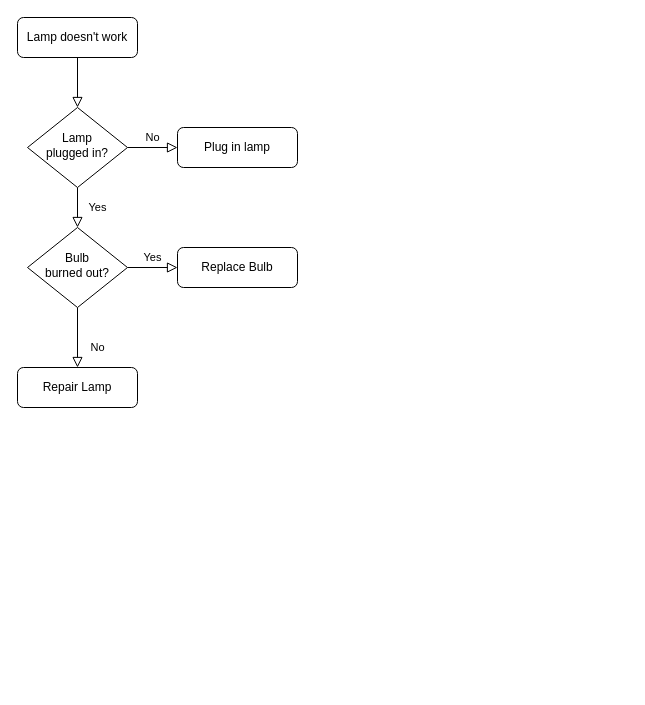
Before: 文档上传流程.drawio in Magicen0722/draw, a draw.io diagram. Source tidied: cells renumbered, new cells numbered last; positions are measured from the earlier drawing's top-left corner, leaving out a move shared by most shapes. Both pictures are drawn from the tidied source at 100%, with x=0, y=0 at pixel (17, 17).
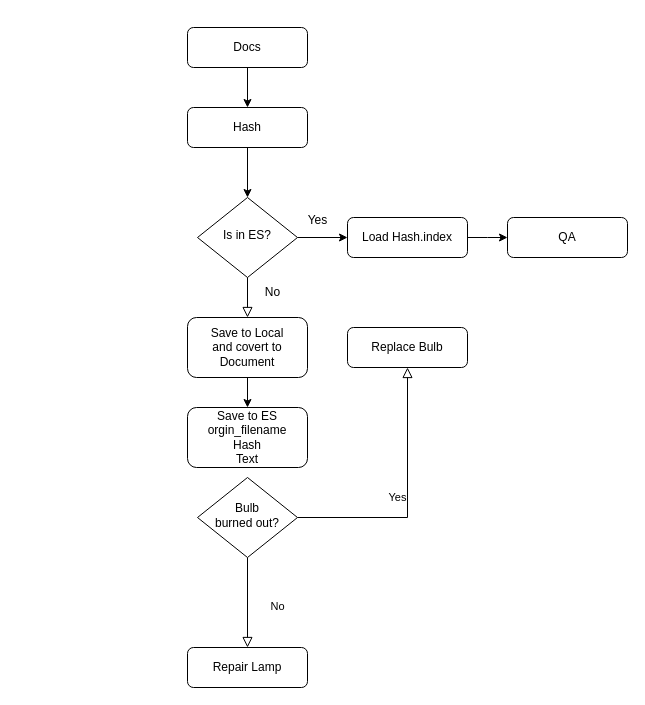
After the change.

Commit message:
更新文档上传流程.drawio

The edit, as a diff of the source:
```diff
@@
-    <mxCell id="2" style="rounded=0;html=1;jettySize=auto;fontSize=11;endArrow=block;endFill=0;endSize=8;strokeWidth=1;shadow=0;labelBackgroundColor=none;edgeStyle=orthogonalEdgeStyle;" parent="1" edge="1" source="3" target="6">
-      <mxGeometry relative="1" as="geometry" />
-    </mxCell>
+    <mxCell id="13" style="edgeStyle=orthogonalEdgeStyle;rounded=0;jettySize=auto;html=1;exitX=0.5;exitY=1;exitDx=0;exitDy=0;entryX=0.5;entryY=0;entryDx=0;entryDy=0;" parent="1" edge="1" source="3" target="17">
+      <mxGeometry relative="1" as="geometry" />
+    </mxCell>
-    <mxCell id="3" value="Lamp doesn't work" style="rounded=1;whiteSpace=wrap;html=1;fontSize=12;glass=0;strokeWidth=1;shadow=0;" parent="1" vertex="1">
-      <mxGeometry width="120" height="40" as="geometry" />
+    <mxCell id="3" value="Docs" style="rounded=1;whiteSpace=wrap;html=1;fontSize=12;glass=0;strokeWidth=1;shadow=0;" parent="1" vertex="1">
+      <mxGeometry x="170" y="10" width="120" height="40" as="geometry" />
     </mxCell>
-    <mxCell id="4" value="Yes" style="rounded=0;html=1;jettySize=auto;fontSize=11;endArrow=block;endFill=0;endSize=8;strokeWidth=1;shadow=0;labelBackgroundColor=none;edgeStyle=orthogonalEdgeStyle;" parent="1" edge="1" source="6" target="10">
-      <mxGeometry y="20" relative="1" as="geometry" />
-    </mxCell>
-    <mxCell id="5" value="No" style="edgeStyle=orthogonalEdgeStyle;rounded=0;html=1;jettySize=auto;fontSize=11;endArrow=block;endFill=0;endSize=8;strokeWidth=1;shadow=0;labelBackgroundColor=none;" parent="1" edge="1" source="6" target="7">
-      <mxGeometry y="10" relative="1" as="geometry" />
-    </mxCell>
+    <mxCell id="14" style="edgeStyle=orthogonalEdgeStyle;rounded=0;jettySize=auto;html=1;exitX=1;exitY=0.5;exitDx=0;exitDy=0;entryX=0;entryY=0.5;entryDx=0;entryDy=0;" parent="1" edge="1" source="6" target="7">
+      <mxGeometry relative="1" as="geometry" />
+    </mxCell>
-    <mxCell id="6" value="Lamp&lt;br&gt;plugged in?" style="rhombus;whiteSpace=wrap;html=1;shadow=0;fontFamily=Helvetica;fontSize=12;align=center;strokeWidth=1;spacing=6;spacingTop=-4;" parent="1" vertex="1">
-      <mxGeometry x="10" y="90" width="100" height="80" as="geometry" />
+    <mxCell id="6" value="Is in ES?" style="rhombus;whiteSpace=wrap;html=1;shadow=0;fontFamily=Helvetica;fontSize=12;align=center;strokeWidth=1;spacing=6;spacingTop=-4;" parent="1" vertex="1">
+      <mxGeometry x="180" y="180" width="100" height="80" as="geometry" />
     </mxCell>
+    <mxCell id="15" style="edgeStyle=orthogonalEdgeStyle;rounded=0;jettySize=auto;html=1;exitX=1;exitY=0.5;exitDx=0;exitDy=0;" parent="1" edge="1" source="7">
+      <mxGeometry relative="1" as="geometry">
+        <mxPoint x="490" y="220" as="targetPoint" />
+      </mxGeometry>
+    </mxCell>
-    <mxCell id="7" value="Plug in lamp" style="rounded=1;whiteSpace=wrap;html=1;fontSize=12;glass=0;strokeWidth=1;shadow=0;" parent="1" vertex="1">
-      <mxGeometry x="160" y="110" width="120" height="40" as="geometry" />
+    <mxCell id="7" value="Load Hash.index" style="rounded=1;whiteSpace=wrap;html=1;fontSize=12;glass=0;strokeWidth=1;shadow=0;" parent="1" vertex="1">
+      <mxGeometry x="330" y="200" width="120" height="40" as="geometry" />
     </mxCell>
     <mxCell id="8" value="No" style="rounded=0;html=1;jettySize=auto;fontSize=11;endArrow=block;endFill=0;endSize=8;strokeWidth=1;shadow=0;labelBackgroundColor=none;edgeStyle=orthogonalEdgeStyle;" parent="1" edge="1" source="10" target="11">
-      <mxGeometry x="0.33" y="20" relative="1" as="geometry" />
+      <mxGeometry x="0.09" y="30" relative="1" as="geometry" />
     </mxCell>
@@
     <mxCell id="10" value="Bulb&lt;br&gt;burned out?" style="rhombus;whiteSpace=wrap;html=1;shadow=0;fontFamily=Helvetica;fontSize=12;align=center;strokeWidth=1;spacing=6;spacingTop=-4;" parent="1" vertex="1">
-      <mxGeometry x="10" y="210" width="100" height="80" as="geometry" />
+      <mxGeometry x="180" y="460" width="100" height="80" as="geometry" />
     </mxCell>
     <mxCell id="11" value="Repair Lamp" style="rounded=1;whiteSpace=wrap;html=1;fontSize=12;glass=0;strokeWidth=1;shadow=0;" parent="1" vertex="1">
-      <mxGeometry y="350" width="120" height="40" as="geometry" />
+      <mxGeometry x="170" y="630" width="120" height="40" as="geometry" />
     </mxCell>
     <mxCell id="12" value="Replace Bulb" style="rounded=1;whiteSpace=wrap;html=1;fontSize=12;glass=0;strokeWidth=1;shadow=0;" parent="1" vertex="1">
-      <mxGeometry x="160" y="230" width="120" height="40" as="geometry" />
+      <mxGeometry x="330" y="310" width="120" height="40" as="geometry" />
     </mxCell>
+    <mxCell id="16" style="edgeStyle=orthogonalEdgeStyle;rounded=0;jettySize=auto;html=1;exitX=0.5;exitY=1;exitDx=0;exitDy=0;entryX=0.5;entryY=0;entryDx=0;entryDy=0;" parent="1" edge="1" source="17" target="6">
+      <mxGeometry relative="1" as="geometry" />
+    </mxCell>
+    <mxCell id="17" value="Hash" style="rounded=1;whiteSpace=wrap;html=1;" parent="1" vertex="1">
+      <mxGeometry x="170" y="90" width="120" height="40" as="geometry" />
+    </mxCell>
+    <mxCell id="18" style="rounded=0;html=1;jettySize=auto;fontSize=11;endArrow=block;endFill=0;endSize=8;strokeWidth=1;shadow=0;labelBackgroundColor=none;edgeStyle=orthogonalEdgeStyle;" parent="1" edge="1" source="6" target="20">
+      <mxGeometry y="20" relative="1" as="geometry" />
+    </mxCell>
+    <mxCell id="19" style="edgeStyle=orthogonalEdgeStyle;rounded=0;jettySize=auto;html=1;entryX=0.5;entryY=0;entryDx=0;entryDy=0;" parent="1" edge="1" source="20" target="22">
+      <mxGeometry relative="1" as="geometry" />
+    </mxCell>
+    <mxCell id="20" value="Save to Local and&amp;nbsp;covert to Document" style="rounded=1;whiteSpace=wrap;html=1;" parent="1" vertex="1">
+      <mxGeometry x="170" y="300" width="120" height="60" as="geometry" />
+    </mxCell>
+    <mxCell id="4" value="Yes" style="text;html=1;align=center;verticalAlign=middle;strokeColor=none;fillColor=none;" parent="1" vertex="1">
+      <mxGeometry x="280" y="188" width="40" height="30" as="geometry" />
+    </mxCell>
+    <mxCell id="21" value="QA" style="rounded=1;whiteSpace=wrap;html=1;" parent="1" vertex="1">
+      <mxGeometry x="490" y="200" width="120" height="40" as="geometry" />
+    </mxCell>
+    <mxCell id="5" value="No" style="text;html=1;align=center;verticalAlign=middle;strokeColor=none;fillColor=none;" parent="1" vertex="1">
+      <mxGeometry x="235" y="260" width="40" height="30" as="geometry" />
+    </mxCell>
+    <mxCell id="22" value="Save to ES&lt;br&gt;orgin_filename&lt;br&gt;Hash&lt;br&gt;Text" style="rounded=1;whiteSpace=wrap;html=1;" parent="1" vertex="1">
+      <mxGeometry x="170" y="390" width="120" height="60" as="geometry" />
+    </mxCell>
```
